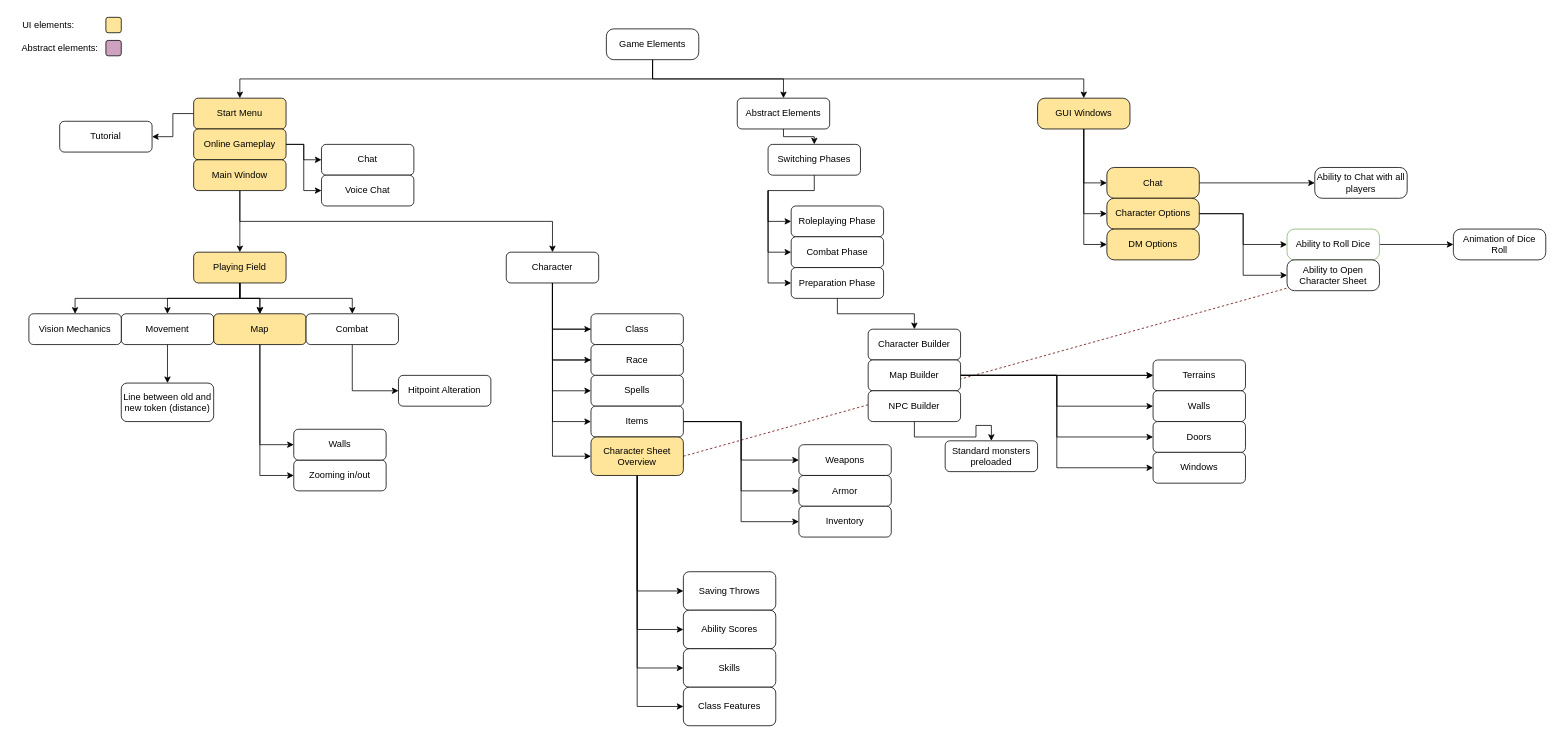
The draw.io diagram Dependency graph.drawio in Nemijt03/Dnd-Simulator, before the edit. Source tidied: cells renumbered, new cells numbered last; positions are measured from the earlier drawing's top-left corner, leaving out a move shared by most shapes. Both pictures are drawn from the tidied source at 77%, with x=0, y=0 at pixel (13, 13).
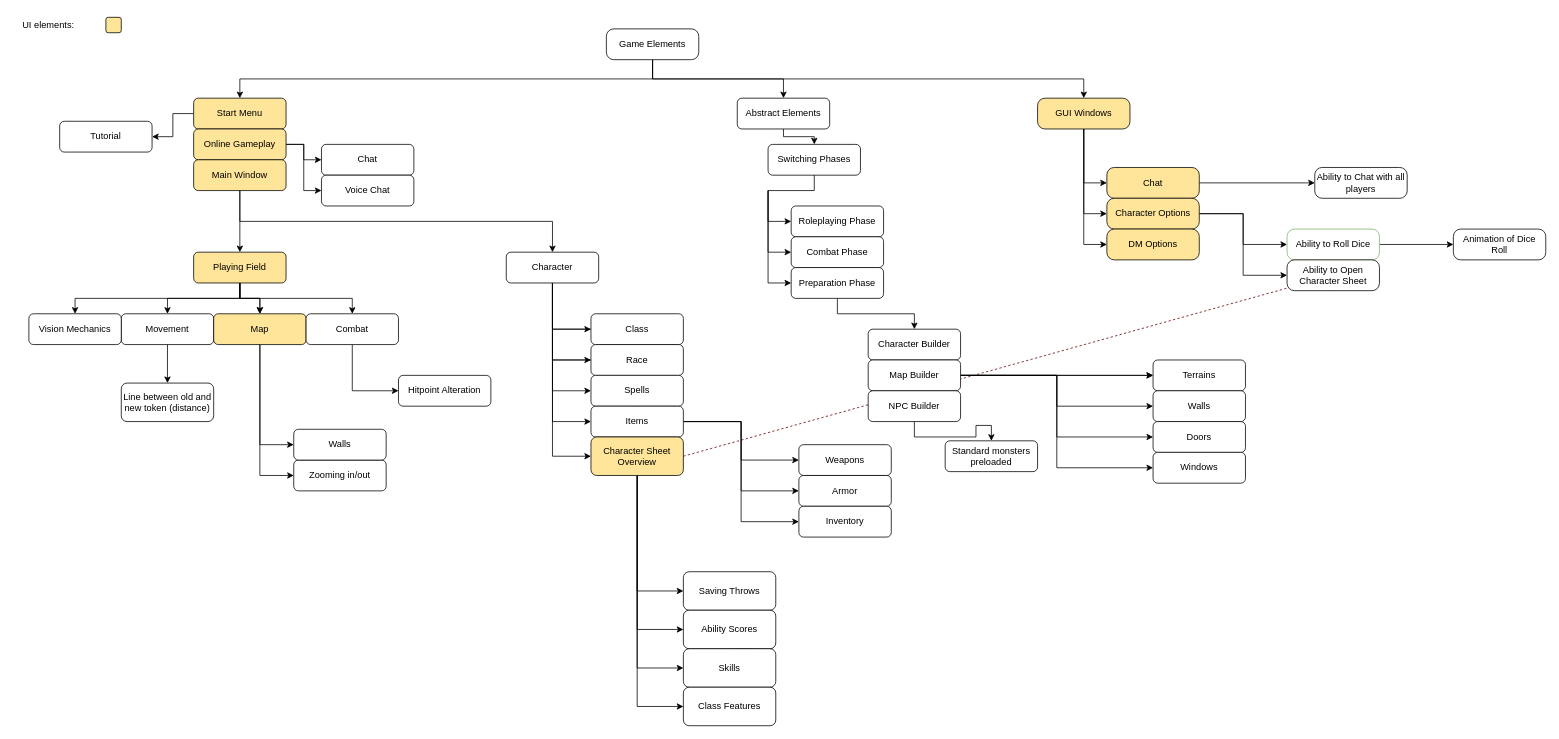
Above is the later version.

The edit, as a diff of the source:
```diff
@@
-    <mxCell id="94" value="Abstract elements:" style="text;html=1;align=center;verticalAlign=middle;strokeColor=none;fillColor=none;" parent="1" vertex="1">
-      <mxGeometry y="30" width="120" height="30" as="geometry" />
-    </mxCell>
-    <mxCell id="95" style="rounded=1;whiteSpace=wrap;html=1;fillColor=#CDA2BE;" parent="1" vertex="1">
-      <mxGeometry x="120" y="35" width="20" height="20" as="geometry" />
-    </mxCell>
```
